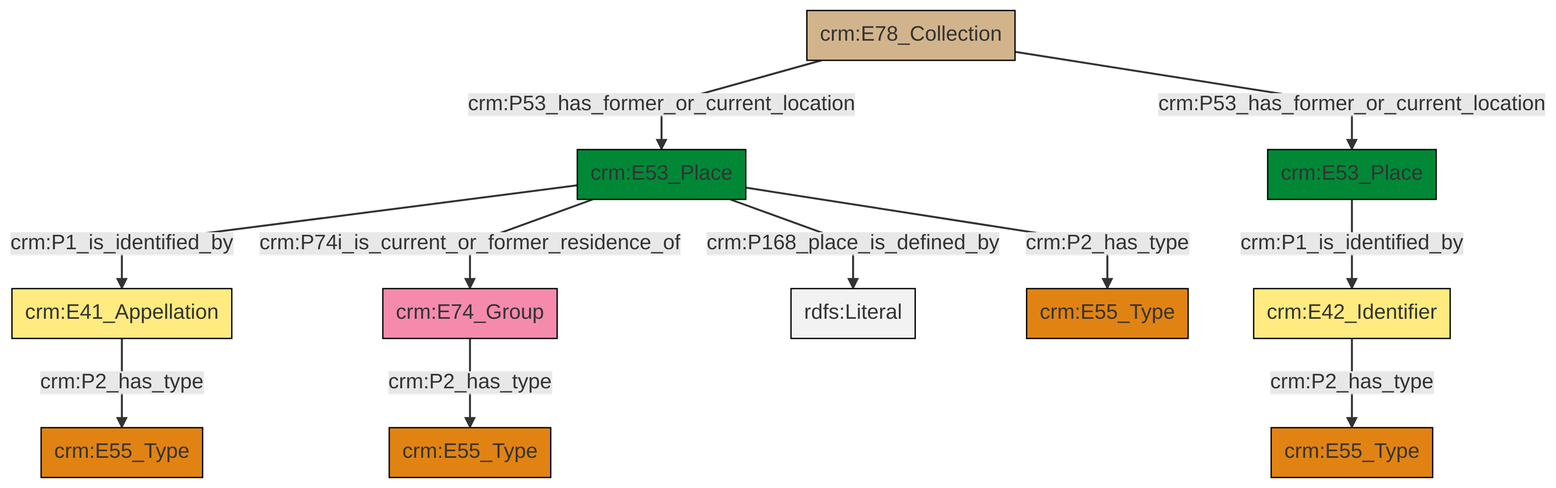
Above: et/archivalCSV/ttl/mmd/png/archival_location.png in swiss-art-research-net/docs.swissartresearch (Mermaid), before the change. Its source is kept beside it as et/archivalCSV/ttl/mmd/archival_location.ttl.mmd.
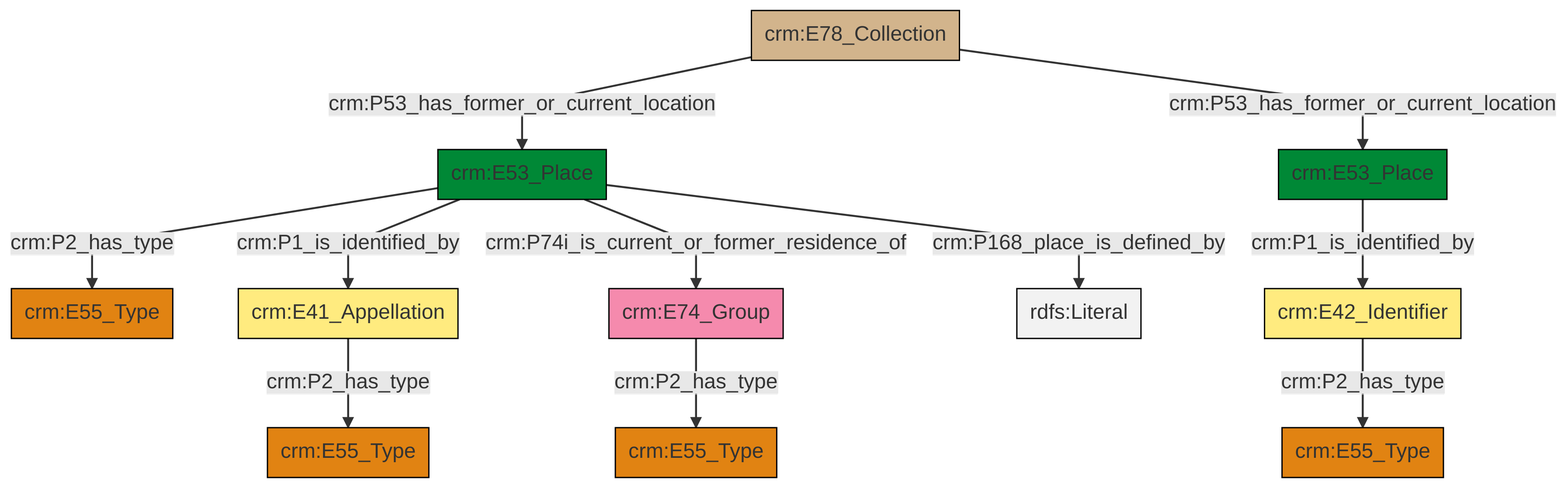
Later version of the same file.

The edit, as a diff of the source:
```diff
@@ -13,13 +13,13 @@
 classDef PC_Classes fill:#4ce600, stroke:#000000;
 classDef Multi fill:#cccccc,stroke:#000000;
 
-0["crm:E74_Group"]:::Actor -->|crm:P2_has_type| 1["crm:E55_Type"]:::Type
-2["crm:E78_Collection"]:::Physical_Thing -->|crm:P53_has_former_or_current_location| 3["crm:E53_Place"]:::Place
-4["crm:E41_Appellation"]:::Appellation -->|crm:P2_has_type| 5["crm:E55_Type"]:::Type
-2["crm:E78_Collection"]:::Physical_Thing -->|crm:P53_has_former_or_current_location| 14["crm:E53_Place"]:::Place
-3["crm:E53_Place"]:::Place -->|crm:P1_is_identified_by| 4["crm:E41_Appellation"]:::Appellation
-3["crm:E53_Place"]:::Place -->|crm:P74i_is_current_or_former_residence_of| 0["crm:E74_Group"]:::Actor
-14["crm:E53_Place"]:::Place -->|crm:P1_is_identified_by| 6["crm:E42_Identifier"]:::Appellation
-6["crm:E42_Identifier"]:::Appellation -->|crm:P2_has_type| 8["crm:E55_Type"]:::Type
-3["crm:E53_Place"]:::Place -->|crm:P168_place_is_defined_by| 23[rdfs:Literal]:::Literal
-3["crm:E53_Place"]:::Place -->|crm:P2_has_type| 12["crm:E55_Type"]:::Type
+8["crm:E53_Place"]:::Place -->|crm:P2_has_type| 6["crm:E55_Type"]:::Type
+9["crm:E78_Collection"]:::Physical_Thing -->|crm:P53_has_former_or_current_location| 8["crm:E53_Place"]:::Place
+8["crm:E53_Place"]:::Place -->|crm:P1_is_identified_by| 13["crm:E41_Appellation"]:::Appellation
+13["crm:E41_Appellation"]:::Appellation -->|crm:P2_has_type| 0["crm:E55_Type"]:::Type
+8["crm:E53_Place"]:::Place -->|crm:P74i_is_current_or_former_residence_of| 2["crm:E74_Group"]:::Actor
+18["crm:E42_Identifier"]:::Appellation -->|crm:P2_has_type| 16["crm:E55_Type"]:::Type
+9["crm:E78_Collection"]:::Physical_Thing -->|crm:P53_has_former_or_current_location| 4["crm:E53_Place"]:::Place
+2["crm:E74_Group"]:::Actor -->|crm:P2_has_type| 10["crm:E55_Type"]:::Type
+8["crm:E53_Place"]:::Place -->|crm:P168_place_is_defined_by| 20[rdfs:Literal]:::Literal
+4["crm:E53_Place"]:::Place -->|crm:P1_is_identified_by| 18["crm:E42_Identifier"]:::Appellation
```
